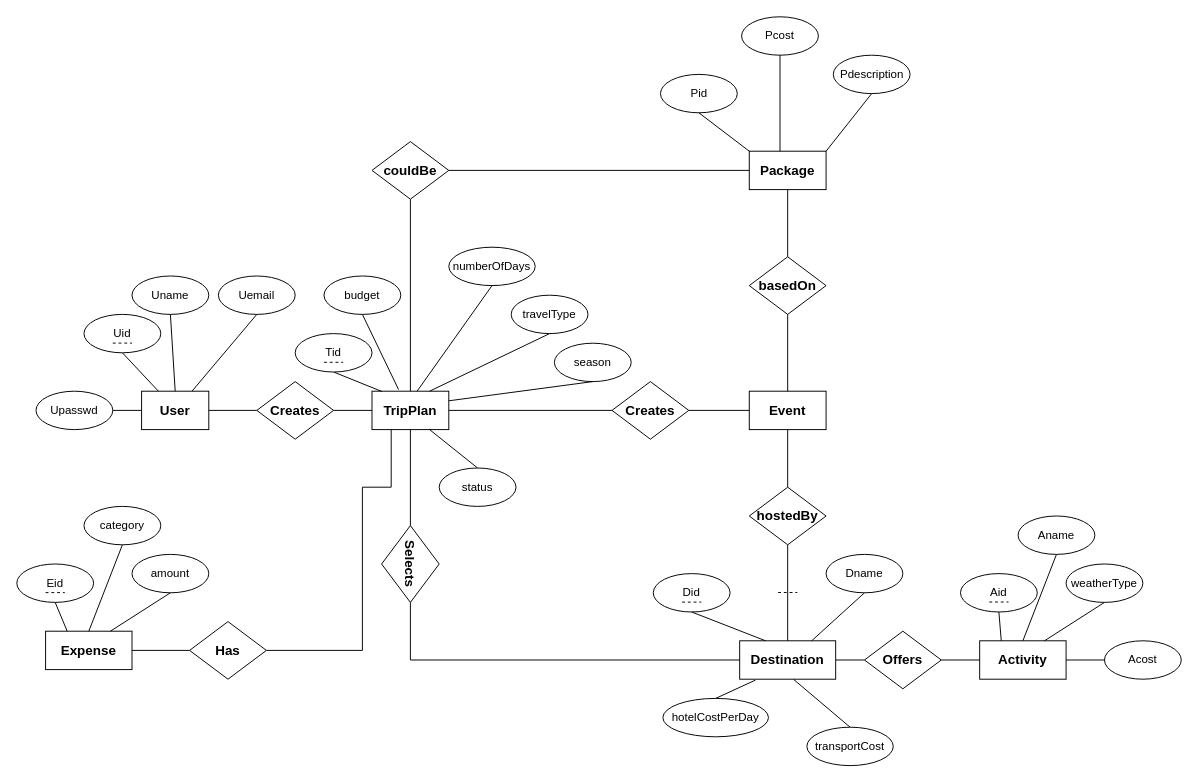
This is projtravelplanner.drawio from ak04-02/course-project1, a draw.io file, before an edit. Source tidied: cells renumbered, new cells numbered last; positions are measured from the earlier drawing's top-left corner, leaving out a move shared by most shapes. Both pictures are drawn from the tidied source at 96%, with x=0, y=0 at pixel (16, 16).
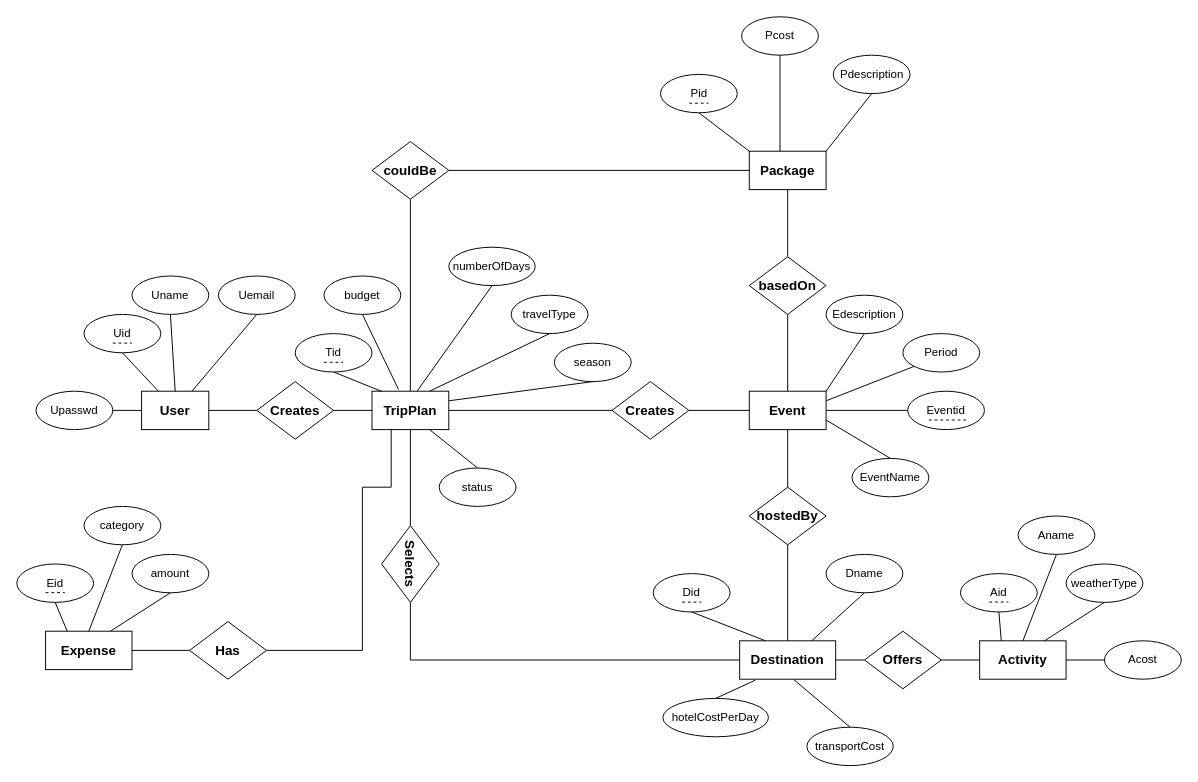
Above is the later version.

Unchanged cells that the change refers to:
```xml
<mxCell id="65" value="&lt;span style=&quot;font-size: 14px;&quot;&gt;&lt;b&gt;Event&lt;/b&gt;&lt;/span&gt;" style="rounded=0;whiteSpace=wrap;html=1;fillColor=light-dark(#FFFFFF,#007FFF);strokeColor=light-dark(#000000,#000000);" parent="1" vertex="1">
  <mxGeometry x="763" y="390" width="80" height="40" as="geometry" />
</mxCell>
```

Diff of the diagram source:
```diff
@@
-    <mxCell id="59" style="endArrow=none;dashed=1;html=1;rounded=0;exitX=0.375;exitY=0.75;exitDx=0;exitDy=0;exitPerimeter=0;" parent="1" edge="1">
-      <mxGeometry relative="1" as="geometry">
-        <mxPoint x="793" y="599.7" as="sourcePoint" />
-        <mxPoint x="813" y="599.7" as="targetPoint" />
-        <Array as="points">
-          <mxPoint x="803" y="599.7" />
-        </Array>
-      </mxGeometry>
-    </mxCell>
@@
+    <mxCell id="89" style="endArrow=none;dashed=1;html=1;rounded=0;exitX=0.375;exitY=0.75;exitDx=0;exitDy=0;exitPerimeter=0;" parent="1" edge="1">
+      <mxGeometry relative="1" as="geometry">
+        <mxPoint x="700.5" y="90" as="sourcePoint" />
+        <mxPoint x="720.5" y="90" as="targetPoint" />
+      </mxGeometry>
+    </mxCell>
+    <mxCell id="90" value="Edescription" style="ellipse;whiteSpace=wrap;html=1;fillColor=light-dark(#FFFFFF,#FF6F21);strokeColor=light-dark(#000000,#000000);" parent="1" vertex="1">
+      <mxGeometry x="843" y="290" width="80" height="40" as="geometry" />
+    </mxCell>
+    <mxCell id="91" style="endArrow=none;html=1;rounded=0;entryX=0.5;entryY=1;entryDx=0;entryDy=0;exitX=1;exitY=0;exitDx=0;exitDy=0;strokeColor=light-dark(#000000,#000000);startSize=8;strokeWidth=1;" parent="1" edge="1" source="65" target="90">
+      <mxGeometry relative="1" as="geometry" />
+    </mxCell>
+    <mxCell id="92" value="EventName" style="ellipse;whiteSpace=wrap;html=1;fillColor=light-dark(#FFFFFF,#FF6F21);strokeColor=light-dark(#000000,#000000);" parent="1" vertex="1">
+      <mxGeometry x="870" y="460" width="80" height="40" as="geometry" />
+    </mxCell>
+    <mxCell id="93" style="endArrow=none;html=1;rounded=0;entryX=0.5;entryY=0;entryDx=0;entryDy=0;exitX=1;exitY=0.75;exitDx=0;exitDy=0;strokeColor=light-dark(#000000,#000000);startSize=8;strokeWidth=1;" parent="1" edge="1" source="65" target="92">
+      <mxGeometry relative="1" as="geometry" />
+    </mxCell>
+    <mxCell id="94" value="Period" style="ellipse;whiteSpace=wrap;html=1;fillColor=light-dark(#FFFFFF,#FF6F21);strokeColor=light-dark(#000000,#000000);" parent="1" vertex="1">
+      <mxGeometry x="923" y="330" width="80" height="40" as="geometry" />
+    </mxCell>
+    <mxCell id="95" style="endArrow=none;html=1;rounded=0;entryX=0;entryY=1;entryDx=0;entryDy=0;exitX=1;exitY=0.25;exitDx=0;exitDy=0;strokeColor=light-dark(#000000,#000000);startSize=8;strokeWidth=1;" parent="1" edge="1" source="65" target="94">
+      <mxGeometry relative="1" as="geometry" />
+    </mxCell>
+    <mxCell id="96" value="Eventid" style="ellipse;whiteSpace=wrap;html=1;fillColor=light-dark(#FFFFFF,#FF6F21);strokeColor=light-dark(#000000,#000000);" parent="1" vertex="1">
+      <mxGeometry x="928" y="390" width="80" height="40" as="geometry" />
+    </mxCell>
+    <mxCell id="97" style="endArrow=none;html=1;rounded=0;entryX=0;entryY=0.5;entryDx=0;entryDy=0;exitX=1;exitY=0.5;exitDx=0;exitDy=0;strokeColor=light-dark(#000000,#000000);startSize=8;strokeWidth=1;" parent="1" edge="1" source="65" target="96">
+      <mxGeometry relative="1" as="geometry" />
+    </mxCell>
+    <mxCell id="98" style="endArrow=none;dashed=1;html=1;rounded=0;exitX=0.375;exitY=0.75;exitDx=0;exitDy=0;exitPerimeter=0;entryX=0.775;entryY=0.75;entryDx=0;entryDy=0;entryPerimeter=0;" parent="1" edge="1" target="96">
+      <mxGeometry relative="1" as="geometry">
+        <mxPoint x="950" y="420" as="sourcePoint" />
+      </mxGeometry>
+    </mxCell>
```
